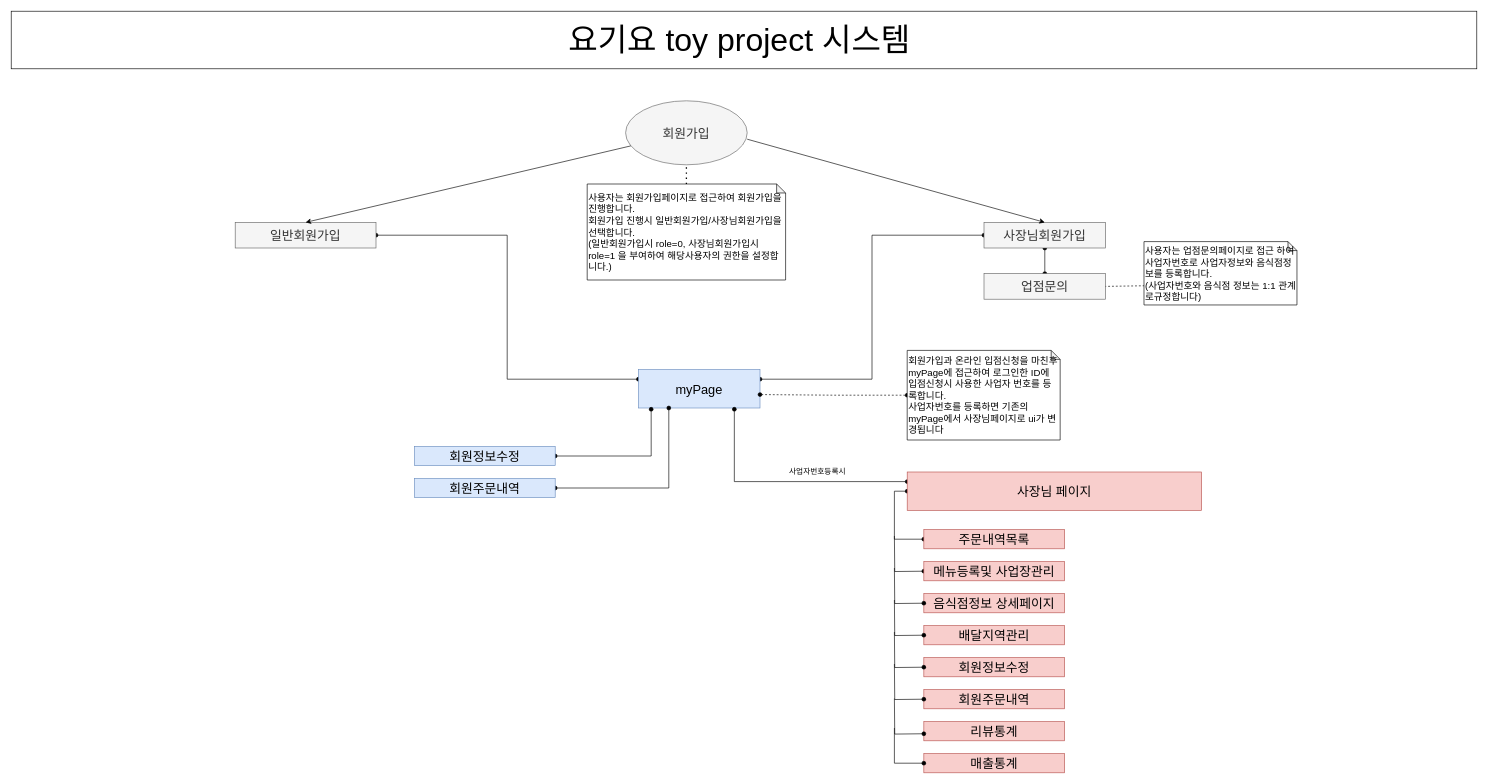
Earlier version of the draw.io diagram page "Page-1" (3 of 3) of dio.drawio (brocoly1991/YogiyoToyProjectReacr). Source tidied: cells renumbered, new cells numbered last; positions are measured from the earlier drawing's top-left corner, leaving out a move shared by most shapes. Both pictures are drawn from the tidied source at 64%, with x=0, y=0 at pixel (11, 11).
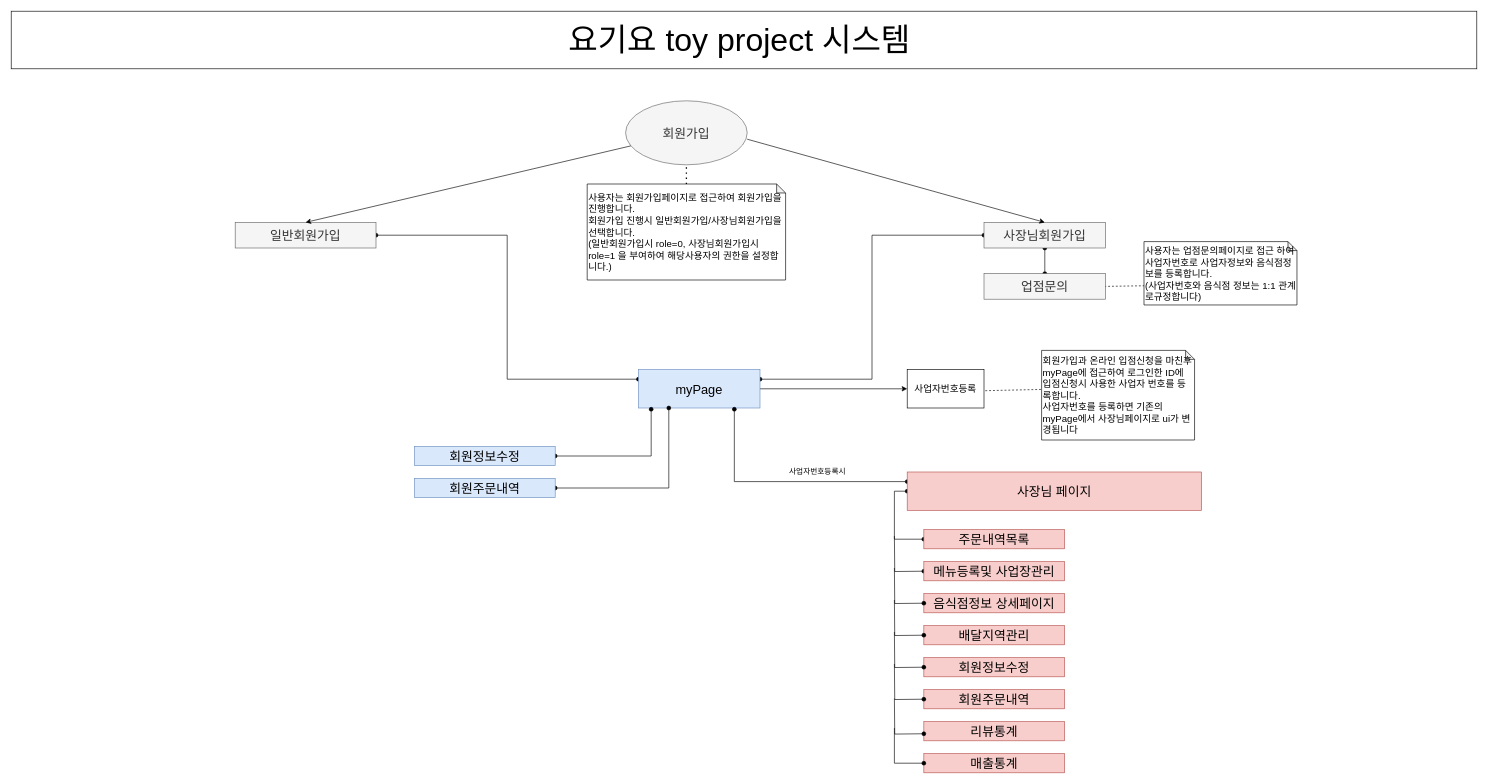
After the change.

Unchanged cells that the change refers to:
```xml
<mxCell id="15" value="&lt;span style=&quot;font-size: 20px&quot;&gt;myPage&lt;/span&gt;" style="rounded=0;whiteSpace=wrap;html=1;strokeWidth=1;fillColor=#dae8fc;strokeColor=#6c8ebf;" parent="1" vertex="1">
  <mxGeometry x="980" y="560" width="190" height="60" as="geometry" />
</mxCell>
```

Change to the diagram source:
```diff
@@
+    <mxCell id="42" style="edgeStyle=orthogonalEdgeStyle;rounded=0;jettySize=auto;html=1;" parent="1" edge="1" source="15" target="43">
+      <mxGeometry relative="1" as="geometry" />
+    </mxCell>
@@
-    <mxCell id="16" style="edgeStyle=orthogonalEdgeStyle;rounded=0;jettySize=auto;html=1;startArrow=oval;startFill=1;endArrow=oval;endFill=1;strokeWidth=1;dashed=1;" parent="1" edge="1" source="17">
-      <mxGeometry relative="1" as="geometry">
-        <mxPoint x="1170" y="599" as="targetPoint" />
-      </mxGeometry>
-    </mxCell>
     <mxCell id="17" value="&lt;span style=&quot;font-size: 15px&quot;&gt;회원가입과 온라인 입점신청을 마친후 myPage에 접근하여 로그인한 ID에 입점신청시 사용한 사업자 번호를 등록합니다.&lt;br&gt;사업자번호를 등록하면 기존의 myPage에서 사장님페이지로 ui가 변경됩니다&lt;br&gt;&lt;/span&gt;" style="shape=note;whiteSpace=wrap;html=1;backgroundOutline=1;darkOpacity=0.05;size=14;align=left;strokeWidth=1;" parent="1" vertex="1">
-      <mxGeometry x="1400" y="530" width="239" height="140" as="geometry" />
+      <mxGeometry x="1610" y="530" width="239" height="140" as="geometry" />
     </mxCell>
@@
+    <mxCell id="43" value="&lt;font style=&quot;font-size: 15px&quot;&gt;사업자번호등록&lt;/font&gt;" style="rounded=0;whiteSpace=wrap;html=1;" parent="1" vertex="1">
+      <mxGeometry x="1400" y="560" width="120" height="60" as="geometry" />
+    </mxCell>
+    <mxCell id="44" style="endArrow=none;dashed=1;html=1;strokeWidth=1;entryX=1;entryY=0.5;entryDx=0;entryDy=0;exitX=-0.004;exitY=0.414;exitDx=0;exitDy=0;exitPerimeter=0;" parent="1" edge="1">
+      <mxGeometry relative="1" as="geometry">
+        <mxPoint x="1609" y="591" as="sourcePoint" />
+        <mxPoint x="1520" y="593" as="targetPoint" />
+      </mxGeometry>
+    </mxCell>
```
